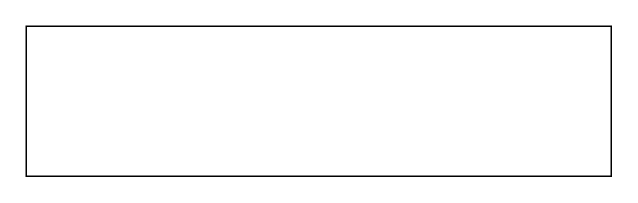
Before: Diagramme sans nom.drawio in bsantot47/waitforai, a draw.io diagram. Source tidied: cells renumbered, new cells numbered last; positions are measured from the earlier drawing's top-left corner, leaving out a move shared by most shapes. Both pictures are drawn from the tidied source at 150%, with x=0, y=0 at pixel (26, 26).
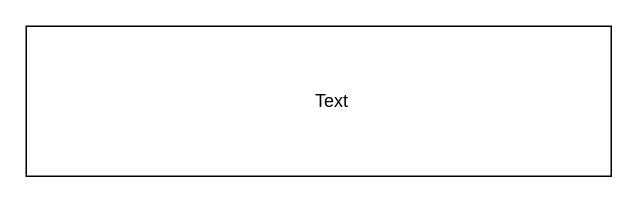
The same diagram, later.

Commit message (it also covers changes not shown here):
Mettre à jour Diagramme sans nom.drawio

Change to the diagram source:
```diff
@@
 <mxGraphModel>
   <root>
     <mxCell id="0" />
     <mxCell id="1" parent="0" />
     <mxCell id="2" style="rounded=0;whiteSpace=wrap;html=1;" parent="1" vertex="1">
       <mxGeometry width="390" height="100" as="geometry" />
     </mxCell>
+    <mxCell id="3" value="Text" style="text;html=1;align=center;verticalAlign=middle;whiteSpace=wrap;rounded=0;" parent="1" vertex="1">
+      <mxGeometry x="174" y="35" width="60" height="30" as="geometry" />
+    </mxCell>
   </root>
 </mxGraphModel>
```
